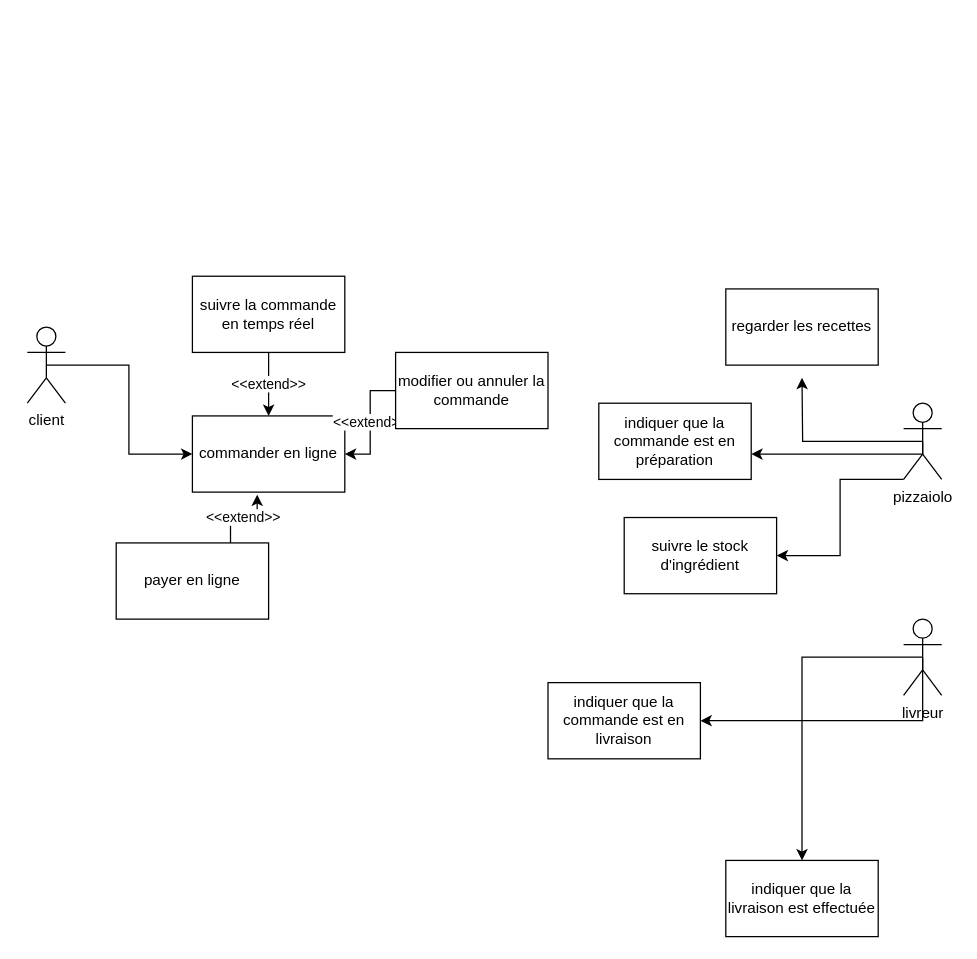
The draw.io diagram Untitled Diagram.drawio in robindauteuil/Diagramme_UML, before the edit. Source tidied: cells renumbered, new cells numbered last; positions are measured from the earlier drawing's top-left corner, leaving out a move shared by most shapes. Both pictures are drawn from the tidied source at 127%, with x=0, y=0 at pixel (27, 276).
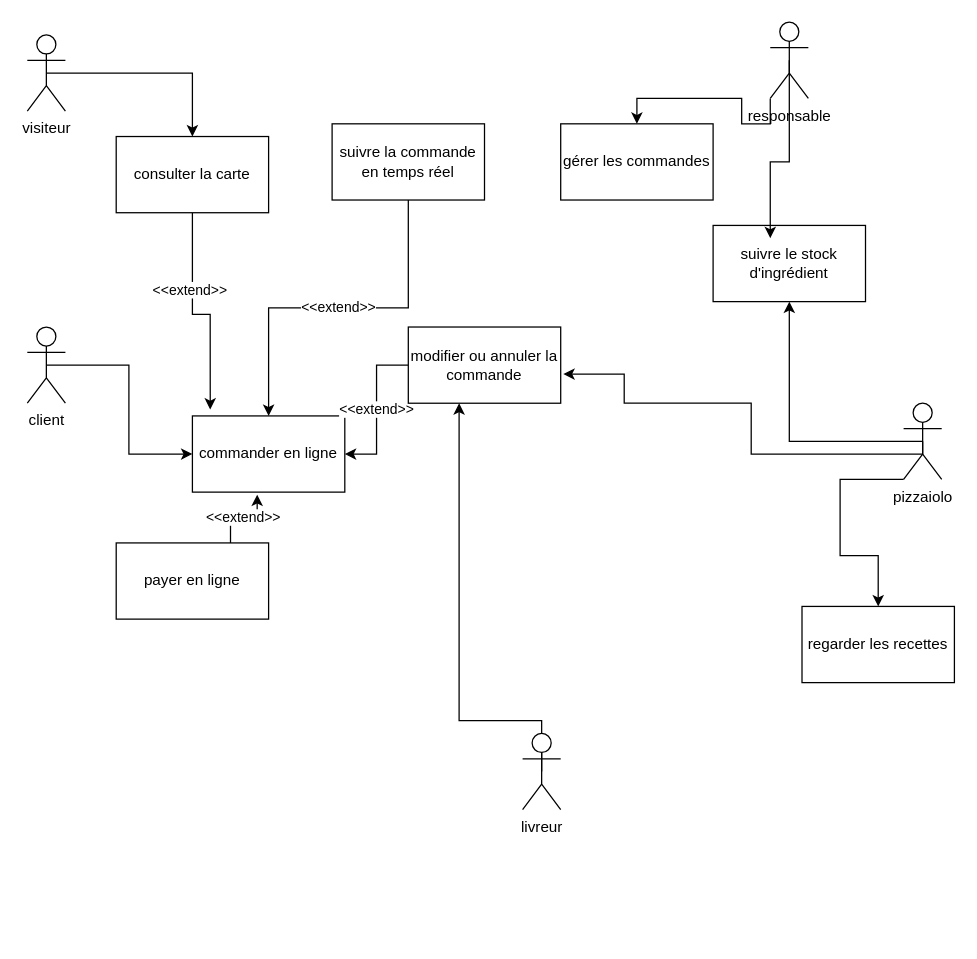
After the change.

Unchanged cells that the change refers to:
```xml
<mxCell id="7" value="pizzaiolo" style="shape=umlActor;verticalLabelPosition=bottom;verticalAlign=top;html=1;outlineConnect=0;" parent="1" vertex="1">
  <mxGeometry x="690" y="100" width="30" height="60" as="geometry" />
</mxCell>
<mxCell id="11" value="commander en ligne" style="rounded=0;whiteSpace=wrap;html=1;" parent="1" vertex="1">
  <mxGeometry x="130" y="110" width="120" height="60" as="geometry" />
</mxCell>
```

The edit, as a diff of the source:
```diff
@@
-    <mxCell id="4" style="edgeStyle=orthogonalEdgeStyle;rounded=0;jettySize=auto;html=1;exitX=0.5;exitY=0.5;exitDx=0;exitDy=0;exitPerimeter=0;" parent="1" edge="1" source="7">
-      <mxGeometry relative="1" as="geometry">
-        <mxPoint x="610" y="80" as="targetPoint" />
-      </mxGeometry>
+    <mxCell id="4" style="edgeStyle=orthogonalEdgeStyle;rounded=0;jettySize=auto;html=1;exitX=0.5;exitY=0.5;exitDx=0;exitDy=0;exitPerimeter=0;entryX=0.5;entryY=1;entryDx=0;entryDy=0;" parent="1" edge="1" source="7" target="19">
+      <mxGeometry relative="1" as="geometry" />
     </mxCell>
-    <mxCell id="5" style="edgeStyle=orthogonalEdgeStyle;rounded=0;jettySize=auto;html=1;entryX=1;entryY=0.5;entryDx=0;entryDy=0;" parent="1" edge="1" source="7" target="19">
+    <mxCell id="5" style="edgeStyle=orthogonalEdgeStyle;rounded=0;jettySize=auto;html=1;entryX=0.5;entryY=0;entryDx=0;entryDy=0;" parent="1" edge="1" source="7" target="20">
       <mxGeometry relative="1" as="geometry">
         <Array as="points">
           <mxPoint x="640" y="160" />
           <mxPoint x="640" y="220" />
+          <mxPoint x="670" y="220" />
         </Array>
       </mxGeometry>
     </mxCell>
-    <mxCell id="6" style="edgeStyle=orthogonalEdgeStyle;rounded=0;jettySize=auto;html=1;exitX=0.5;exitY=0.5;exitDx=0;exitDy=0;exitPerimeter=0;" parent="1" edge="1" source="7">
+    <mxCell id="6" style="edgeStyle=orthogonalEdgeStyle;rounded=0;jettySize=auto;html=1;exitX=0.5;exitY=0.5;exitDx=0;exitDy=0;exitPerimeter=0;entryX=1.017;entryY=0.617;entryDx=0;entryDy=0;entryPerimeter=0;" parent="1" edge="1" source="7" target="15">
       <mxGeometry relative="1" as="geometry">
-        <mxPoint x="570" y="140" as="targetPoint" />
         <Array as="points">
           <mxPoint x="705" y="140" />
           <mxPoint x="570" y="140" />
+          <mxPoint x="570" y="100" />
+          <mxPoint x="470" y="100" />
+          <mxPoint x="470" y="77" />
         </Array>
       </mxGeometry>
     </mxCell>
@@
-    <mxCell id="8" style="edgeStyle=orthogonalEdgeStyle;rounded=0;jettySize=auto;html=1;exitX=0.5;exitY=0.5;exitDx=0;exitDy=0;exitPerimeter=0;entryX=0.5;entryY=0;entryDx=0;entryDy=0;" parent="1" edge="1" source="10" target="18">
-      <mxGeometry relative="1" as="geometry" />
-    </mxCell>
-    <mxCell id="9" style="edgeStyle=orthogonalEdgeStyle;rounded=0;jettySize=auto;html=1;exitX=0.5;exitY=0.5;exitDx=0;exitDy=0;exitPerimeter=0;" parent="1" edge="1" source="10" target="22">
+    <mxCell id="9" style="edgeStyle=orthogonalEdgeStyle;rounded=0;jettySize=auto;html=1;exitX=0.5;exitY=0.5;exitDx=0;exitDy=0;exitPerimeter=0;" parent="1" edge="1" source="10" target="15">
       <mxGeometry relative="1" as="geometry">
         <Array as="points">
-          <mxPoint x="705" y="350" />
+          <mxPoint x="405" y="350" />
+          <mxPoint x="340" y="350" />
         </Array>
       </mxGeometry>
     </mxCell>
     <mxCell id="10" value="livreur" style="shape=umlActor;verticalLabelPosition=bottom;verticalAlign=top;html=1;outlineConnect=0;" parent="1" vertex="1">
-      <mxGeometry x="690" y="270" width="30" height="60" as="geometry" />
+      <mxGeometry x="390" y="360" width="30" height="60" as="geometry" />
     </mxCell>
@@
     <mxCell id="15" value="modifier ou annuler la commande" style="rounded=0;whiteSpace=wrap;html=1;" parent="1" vertex="1">
-      <mxGeometry x="290" y="60" width="120" height="60" as="geometry" />
+      <mxGeometry x="300" y="40" width="120" height="60" as="geometry" />
     </mxCell>
@@
     <mxCell id="17" value="suivre la commande en temps réel" style="rounded=0;whiteSpace=wrap;html=1;" parent="1" vertex="1">
-      <mxGeometry x="130" width="120" height="60" as="geometry" />
+      <mxGeometry x="240" y="-120" width="120" height="60" as="geometry" />
     </mxCell>
-    <mxCell id="18" value="indiquer que la livraison est effectuée" style="rounded=0;whiteSpace=wrap;html=1;" parent="1" vertex="1">
-      <mxGeometry x="550" y="460" width="120" height="60" as="geometry" />
-    </mxCell>
     <mxCell id="19" value="suivre le stock d'ingrédient" style="rounded=0;whiteSpace=wrap;html=1;" parent="1" vertex="1">
-      <mxGeometry x="470" y="190" width="120" height="60" as="geometry" />
+      <mxGeometry x="540" y="-40" width="120" height="60" as="geometry" />
     </mxCell>
     <mxCell id="20" value="regarder les recettes" style="rounded=0;whiteSpace=wrap;html=1;" parent="1" vertex="1">
-      <mxGeometry x="550" y="10" width="120" height="60" as="geometry" />
+      <mxGeometry x="610" y="260" width="120" height="60" as="geometry" />
     </mxCell>
-    <mxCell id="21" value="indiquer que la commande est en préparation" style="rounded=0;whiteSpace=wrap;html=1;" parent="1" vertex="1">
-      <mxGeometry x="450" y="100" width="120" height="60" as="geometry" />
-    </mxCell>
-    <mxCell id="22" value="indiquer que la commande est en livraison" style="rounded=0;whiteSpace=wrap;html=1;" parent="1" vertex="1">
-      <mxGeometry x="410" y="320" width="120" height="60" as="geometry" />
-    </mxCell>
+    <mxCell id="23" style="edgeStyle=orthogonalEdgeStyle;rounded=0;jettySize=auto;html=1;exitX=0.5;exitY=0.5;exitDx=0;exitDy=0;exitPerimeter=0;" parent="1" edge="1" source="24" target="27">
+      <mxGeometry relative="1" as="geometry" />
+    </mxCell>
+    <mxCell id="24" value="visiteur" style="shape=umlActor;verticalLabelPosition=bottom;verticalAlign=top;html=1;outlineConnect=0;" parent="1" vertex="1">
+      <mxGeometry y="-190" width="30" height="60" as="geometry" />
+    </mxCell>
+    <mxCell id="25" style="edgeStyle=orthogonalEdgeStyle;rounded=0;jettySize=auto;html=1;exitX=0.5;exitY=1;exitDx=0;exitDy=0;entryX=0.117;entryY=-0.083;entryDx=0;entryDy=0;entryPerimeter=0;" parent="1" edge="1" source="27" target="11">
+      <mxGeometry relative="1" as="geometry" />
+    </mxCell>
+    <mxCell id="26" value="&amp;lt;&amp;lt;extend&amp;gt;&amp;gt;" style="edgeLabel;html=1;align=center;verticalAlign=middle;" parent="25" vertex="1">
+      <mxGeometry x="-0.29" y="-3" relative="1" as="geometry" />
+    </mxCell>
+    <mxCell id="27" value="consulter la carte" style="rounded=0;whiteSpace=wrap;html=1;" parent="1" vertex="1">
+      <mxGeometry x="70" y="-110" width="120" height="60" as="geometry" />
+    </mxCell>
+    <mxCell id="28" style="edgeStyle=orthogonalEdgeStyle;rounded=0;jettySize=auto;html=1;exitX=0.5;exitY=0.5;exitDx=0;exitDy=0;exitPerimeter=0;entryX=0.375;entryY=0.167;entryDx=0;entryDy=0;entryPerimeter=0;" parent="1" edge="1" source="30" target="19">
+      <mxGeometry relative="1" as="geometry" />
+    </mxCell>
+    <mxCell id="29" style="edgeStyle=orthogonalEdgeStyle;rounded=0;jettySize=auto;html=1;exitX=0;exitY=1;exitDx=0;exitDy=0;exitPerimeter=0;entryX=0.5;entryY=0;entryDx=0;entryDy=0;" parent="1" edge="1" source="30" target="31">
+      <mxGeometry relative="1" as="geometry" />
+    </mxCell>
+    <mxCell id="30" value="responsable" style="shape=umlActor;verticalLabelPosition=bottom;verticalAlign=top;html=1;outlineConnect=0;" parent="1" vertex="1">
+      <mxGeometry x="585" y="-200" width="30" height="60" as="geometry" />
+    </mxCell>
+    <mxCell id="31" value="gérer les commandes" style="rounded=0;whiteSpace=wrap;html=1;" parent="1" vertex="1">
+      <mxGeometry x="420" y="-120" width="120" height="60" as="geometry" />
+    </mxCell>
```
